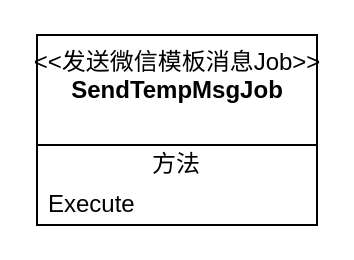
noobwu/diagrams keeps this draw.io diagram as Kemai/线下ERP会员升级奖励类图.drawio. Above is the earlier version. Source tidied: cells renumbered, new cells numbered last; positions are measured from the earlier drawing's top-left corner, leaving out a move shared by most shapes. Both pictures are drawn from the tidied source at 200%, with x=0, y=0 at pixel (36, 34).
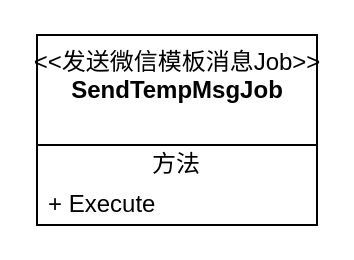
The same diagram, later.

Commit message (it also covers changes not shown here):
更新线下ERP会员升级奖励类图.drawio

Diff of the diagram source:
```diff
@@
 <mxGraphModel>
   <root>
     <mxCell id="0" />
     <mxCell id="1" parent="0" />
     <mxCell id="2" value="&amp;lt;&amp;lt;发送微信模板消息Job&amp;gt;&amp;gt;&lt;br&gt;&lt;b&gt;SendTempMsgJob&lt;/b&gt;&lt;br&gt;" style="swimlane;fontStyle=0;align=center;verticalAlign=top;horizontal=1;startSize=55;html=1;" parent="1" vertex="1">
       <mxGeometry width="140" height="95" as="geometry" />
     </mxCell>
     <mxCell id="3" value="方法" style="text;html=1;strokeColor=none;fillColor=none;align=center;verticalAlign=middle;spacingLeft=4;spacingRight=4;overflow=hidden;" parent="2" vertex="1">
       <mxGeometry y="55" width="140" height="20" as="geometry" />
     </mxCell>
-    <mxCell id="4" value="Execute" style="text;html=1;strokeColor=none;fillColor=none;align=left;verticalAlign=middle;spacingLeft=4;spacingRight=4;overflow=hidden;" parent="2" vertex="1">
+    <mxCell id="4" value="+ Execute" style="text;html=1;strokeColor=none;fillColor=none;align=left;verticalAlign=middle;spacingLeft=4;spacingRight=4;overflow=hidden;" parent="2" vertex="1">
       <mxGeometry y="75" width="140" height="20" as="geometry" />
     </mxCell>
   </root>
 </mxGraphModel>
```
